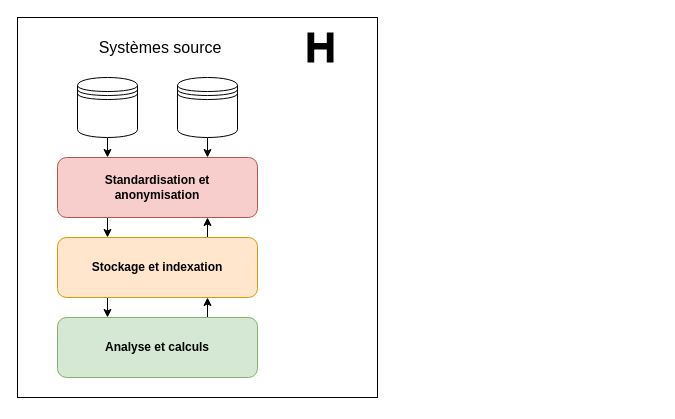
Above: graphs/coda19-simplified.drawio in CODA-19/coda19-documentation (draw.io), before the change. Source tidied: cells renumbered, new cells numbered last; positions are measured from the earlier drawing's top-left corner, leaving out a move shared by most shapes. Both pictures are drawn from the tidied source at 100%, with x=0, y=0 at pixel (17, 17). Pictures stored in the file or linked from it are replaced by grey dashed boxes.
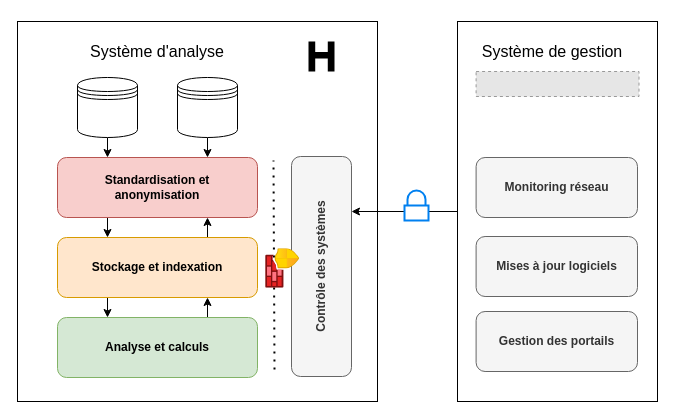
The same page after the edit.

Change to the diagram source:
```diff
@@
     <mxCell id="2" style="whiteSpace=wrap;html=1;" parent="1" vertex="1">
-      <mxGeometry width="360" height="380" as="geometry" />
+      <mxGeometry y="4" width="360" height="380" as="geometry" />
     </mxCell>
+    <mxCell id="16" style="endArrow=none;dashed=1;html=1;dashPattern=1 3;strokeWidth=2;fontSize=16;" parent="1" edge="1">
+      <mxGeometry relative="1" as="geometry">
+        <mxPoint x="257" y="352" as="sourcePoint" />
+        <mxPoint x="256" y="143" as="targetPoint" />
+      </mxGeometry>
+    </mxCell>
@@
-    <mxCell id="10" value="Systèmes source" style="text;html=1;strokeColor=none;fillColor=none;align=center;verticalAlign=middle;whiteSpace=wrap;rounded=0;fontSize=16;" parent="1" vertex="1">
-      <mxGeometry x="48" y="20" width="190" height="20" as="geometry" />
+    <mxCell id="10" value="Système d'analyse" style="text;html=1;strokeColor=none;fillColor=none;align=center;verticalAlign=middle;whiteSpace=wrap;rounded=0;fontSize=16;" parent="1" vertex="1">
+      <mxGeometry x="45" y="24" width="190" height="20" as="geometry" />
     </mxCell>
     <mxCell id="11" style="shape=mxgraph.signs.healthcare.hospital_2;html=1;fillColor=#000000;strokeColor=none;verticalLabelPosition=bottom;verticalAlign=top;align=center;fontSize=16;" parent="1" vertex="1">
-      <mxGeometry x="290" y="15" width="26" height="30" as="geometry" />
+      <mxGeometry x="291" y="24" width="26" height="30" as="geometry" />
     </mxCell>
@@
+    <mxCell id="17" style="edgeStyle=orthogonalEdgeStyle;rounded=0;jettySize=auto;html=1;exitX=0;exitY=0.5;exitDx=0;exitDy=0;entryX=0.75;entryY=1;entryDx=0;entryDy=0;fontSize=16;" parent="1" edge="1" source="18" target="20">
+      <mxGeometry relative="1" as="geometry" />
+    </mxCell>
+    <mxCell id="18" style="whiteSpace=wrap;html=1;" parent="1" vertex="1">
+      <mxGeometry x="440" y="4" width="200" height="380" as="geometry" />
+    </mxCell>
+    <mxCell id="19" value="Système de gestion" style="text;html=1;strokeColor=none;fillColor=none;align=center;verticalAlign=middle;whiteSpace=wrap;rounded=0;fontSize=16;" parent="1" vertex="1">
+      <mxGeometry x="440" y="24" width="190" height="20" as="geometry" />
+    </mxCell>
+    <mxCell id="20" value="&lt;b&gt;Contrôle des systèmes&lt;br&gt;&lt;/b&gt;" style="rounded=1;whiteSpace=wrap;html=1;fillColor=#f5f5f5;strokeColor=#666666;rotation=-90;fontColor=#333333;" parent="1" vertex="1">
+      <mxGeometry x="194" y="219" width="220" height="60" as="geometry" />
+    </mxCell>
+    <mxCell id="21" style="html=1;align=center;image;fontSize=12;image=img/lib/azure2/networking/Azure_Firewall_Manager.svg;rotation=-90;" parent="1" vertex="1">
+      <mxGeometry x="245.3" y="233" width="39.7" height="34" as="geometry" />
+    </mxCell>
+    <mxCell id="22" style="fillColor=#E6E6E6;strokeColor=#999999;dashed=1;verticalLabelPosition=bottom;labelBackgroundColor=#ffffff;verticalAlign=top;" parent="1" vertex="1">
+      <mxGeometry x="458.6" y="54" width="162.9" height="25" as="geometry" />
+    </mxCell>
+    <mxCell id="23" value="&lt;b&gt;Monitoring réseau&lt;br&gt;&lt;/b&gt;" style="rounded=1;whiteSpace=wrap;html=1;fillColor=#f5f5f5;strokeColor=#666666;rotation=0;fontColor=#333333;" parent="1" vertex="1">
+      <mxGeometry x="458.6" y="140" width="161.4" height="60" as="geometry" />
+    </mxCell>
+    <mxCell id="24" value="&lt;b&gt;Mises à jour logiciels&lt;br&gt;&lt;/b&gt;" style="rounded=1;whiteSpace=wrap;html=1;fillColor=#f5f5f5;strokeColor=#666666;rotation=0;fontColor=#333333;" parent="1" vertex="1">
+      <mxGeometry x="458.6" y="219" width="161.4" height="60" as="geometry" />
+    </mxCell>
+    <mxCell id="25" value="&lt;b&gt;Gestion des portails&lt;br&gt;&lt;/b&gt;" style="rounded=1;whiteSpace=wrap;html=1;fillColor=#f5f5f5;strokeColor=#666666;rotation=0;fontColor=#333333;" parent="1" vertex="1">
+      <mxGeometry x="458.6" y="294" width="161.4" height="60" as="geometry" />
+    </mxCell>
+    <mxCell id="26" style="html=1;verticalLabelPosition=bottom;align=center;labelBackgroundColor=#ffffff;verticalAlign=top;strokeWidth=2;strokeColor=#0080F0;shadow=0;dashed=0;shape=mxgraph.ios7.icons.locked;fontSize=16;" parent="1" vertex="1">
+      <mxGeometry x="387" y="173" width="24" height="30" as="geometry" />
+    </mxCell>
```
